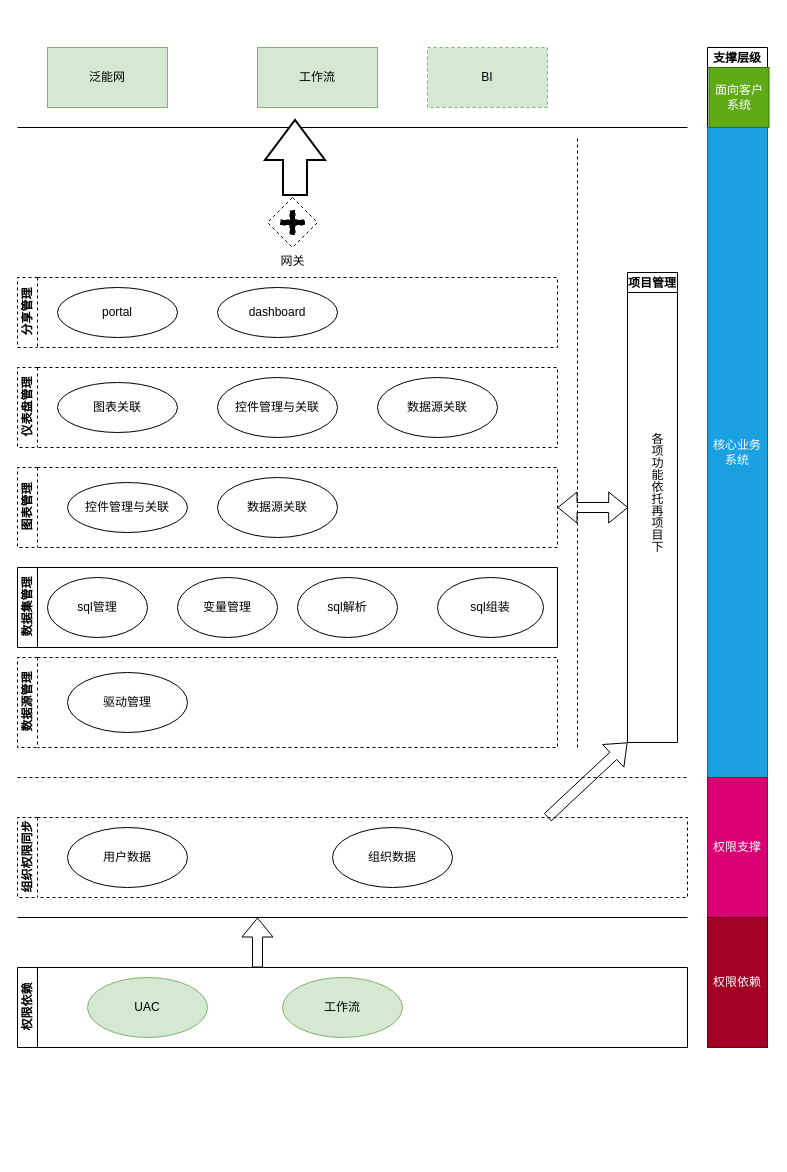
Before: 未命名绘图.drawio in Dylandelon/draw, a draw.io diagram. Source tidied: cells renumbered, new cells numbered last; positions are measured from the earlier drawing's top-left corner, leaving out a move shared by most shapes. Both pictures are drawn from the tidied source at 100%, with x=0, y=0 at pixel (17, 47).
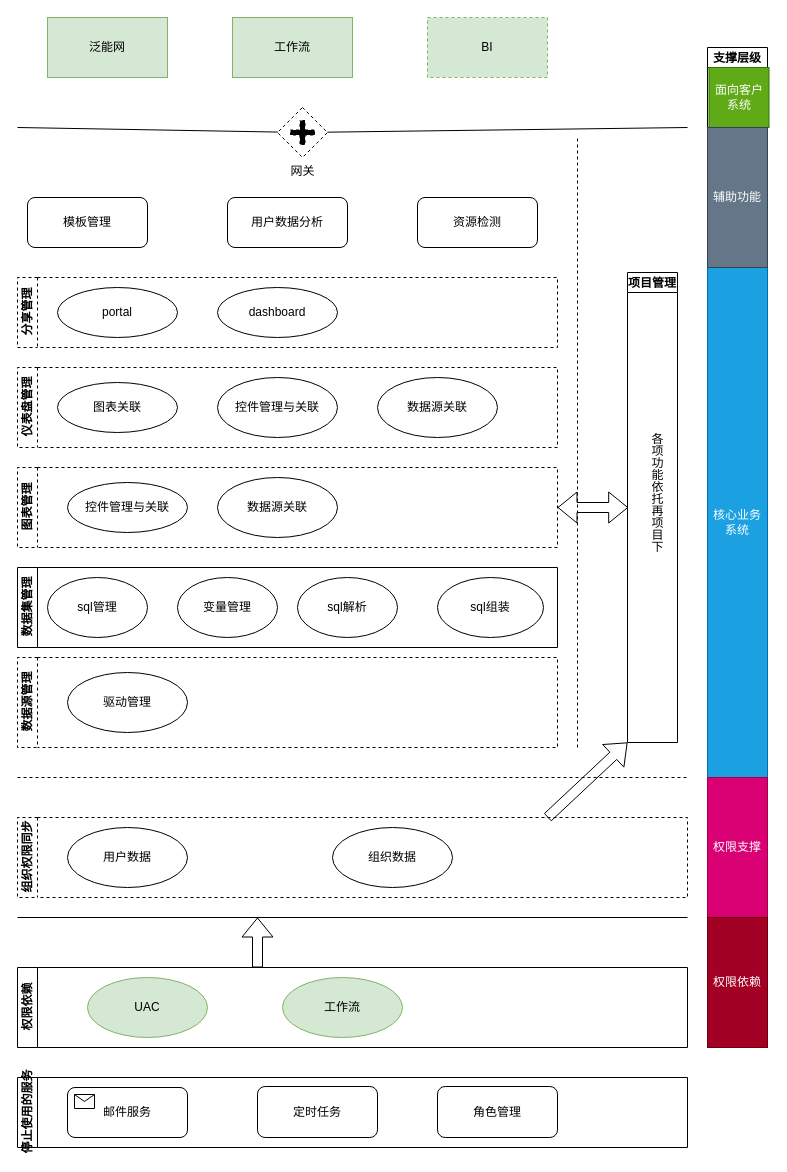
The same diagram, later.

The change refers to these unchanged cells:
```xml
<mxCell id="39" value="支撑层级" style="swimlane;startSize=20;" parent="1" vertex="1">
  <mxGeometry x="690" width="60" height="1000" as="geometry" />
</mxCell>
```

Diff of the diagram source:
```diff
@@
-    <mxCell id="2" style="endArrow=none;html=1;" parent="1" edge="1">
+    <mxCell id="2" style="endArrow=none;html=1;" parent="1" edge="1" source="7">
       <mxGeometry relative="1" as="geometry">
-        <mxPoint y="80" as="sourcePoint" />
         <mxPoint x="670" y="80" as="targetPoint" />
       </mxGeometry>
     </mxCell>
     <mxCell id="3" value="泛能网" style="rounded=0;whiteSpace=wrap;html=1;fillColor=#d5e8d4;strokeColor=#82b366;" parent="1" vertex="1">
-      <mxGeometry x="30" width="120" height="60" as="geometry" />
+      <mxGeometry x="30" y="-30" width="120" height="60" as="geometry" />
     </mxCell>
     <mxCell id="4" value="工作流" style="rounded=0;whiteSpace=wrap;html=1;fillColor=#d5e8d4;strokeColor=#82b366;" parent="1" vertex="1">
-      <mxGeometry x="240" width="120" height="60" as="geometry" />
+      <mxGeometry x="215" y="-30" width="120" height="60" as="geometry" />
     </mxCell>
     <mxCell id="5" value="BI" style="rounded=0;whiteSpace=wrap;html=1;dashed=1;fillColor=#d5e8d4;strokeColor=#82b366;" parent="1" vertex="1">
-      <mxGeometry x="410" width="120" height="60" as="geometry" />
+      <mxGeometry x="410" y="-30" width="120" height="60" as="geometry" />
     </mxCell>
@@
-    <mxCell id="7" value="网关" style="shape=mxgraph.bpmn.shape;html=1;verticalLabelPosition=bottom;labelBackgroundColor=#ffffff;verticalAlign=top;align=center;perimeter=rhombusPerimeter;background=gateway;outlineConnect=0;outline=none;symbol=parallelGw;dashed=1;" parent="1" vertex="1">
-      <mxGeometry x="250" y="150" width="50" height="50" as="geometry" />
-    </mxCell>
@@
-    <mxCell id="27" style="verticalLabelPosition=bottom;verticalAlign=top;html=1;strokeWidth=2;shape=mxgraph.arrows2.arrow;dy=0.6;dx=40;notch=0;rotation=-90;" parent="1" vertex="1">
-      <mxGeometry x="240" y="80" width="75" height="60" as="geometry" />
-    </mxCell>
@@
     <mxCell id="41" value="核心业务系统" style="whiteSpace=wrap;html=1;fillColor=#1ba1e2;strokeColor=#006EAF;fontColor=#ffffff;" parent="39" vertex="1">
-      <mxGeometry y="80" width="60" height="650" as="geometry" />
+      <mxGeometry y="220" width="60" height="510" as="geometry" />
     </mxCell>
@@
+    <mxCell id="44" value="停止使用的服务" style="swimlane;html=1;horizontal=0;startSize=20;" parent="1" vertex="1">
+      <mxGeometry y="1030" width="670" height="70" as="geometry" />
+    </mxCell>
+    <mxCell id="45" value="邮件服务" style="html=1;whiteSpace=wrap;rounded=1;" parent="44" vertex="1">
+      <mxGeometry x="50" y="10" width="120" height="50" as="geometry" />
+    </mxCell>
+    <mxCell id="46" style="html=1;shape=message;" parent="45" vertex="1">
+      <mxGeometry width="20" height="14" relative="1" as="geometry">
+        <mxPoint x="7" y="7" as="offset" />
+      </mxGeometry>
+    </mxCell>
+    <mxCell id="47" value="定时任务" style="shape=ext;rounded=1;html=1;whiteSpace=wrap;" parent="44" vertex="1">
+      <mxGeometry x="240" y="9" width="120" height="51" as="geometry" />
+    </mxCell>
+    <mxCell id="48" value="角色管理" style="shape=ext;rounded=1;html=1;whiteSpace=wrap;" parent="44" vertex="1">
+      <mxGeometry x="420" y="9" width="120" height="51" as="geometry" />
+    </mxCell>
+    <mxCell id="7" value="网关" style="shape=mxgraph.bpmn.shape;html=1;verticalLabelPosition=bottom;labelBackgroundColor=#ffffff;verticalAlign=top;align=center;perimeter=rhombusPerimeter;background=gateway;outlineConnect=0;outline=none;symbol=parallelGw;dashed=1;" parent="1" vertex="1">
+      <mxGeometry x="260" y="60" width="50" height="50" as="geometry" />
+    </mxCell>
+    <mxCell id="49" style="endArrow=none;html=1;" parent="1" edge="1" target="7">
+      <mxGeometry relative="1" as="geometry">
+        <mxPoint y="80" as="sourcePoint" />
+      </mxGeometry>
+    </mxCell>
+    <mxCell id="50" value="模板管理" style="shape=ext;rounded=1;html=1;whiteSpace=wrap;" parent="1" vertex="1">
+      <mxGeometry x="10" y="150" width="120" height="50" as="geometry" />
+    </mxCell>
+    <mxCell id="51" value="用户数据分析" style="shape=ext;rounded=1;html=1;whiteSpace=wrap;" parent="1" vertex="1">
+      <mxGeometry x="210" y="150" width="120" height="50" as="geometry" />
+    </mxCell>
+    <mxCell id="52" value="资源检测" style="shape=ext;rounded=1;html=1;whiteSpace=wrap;" parent="1" vertex="1">
+      <mxGeometry x="400" y="150" width="120" height="50" as="geometry" />
+    </mxCell>
+    <mxCell id="53" value="辅助功能" style="whiteSpace=wrap;html=1;fillColor=#647687;strokeColor=#314354;fontColor=#ffffff;" parent="1" vertex="1">
+      <mxGeometry x="690" y="80" width="60" height="140" as="geometry" />
+    </mxCell>
```
